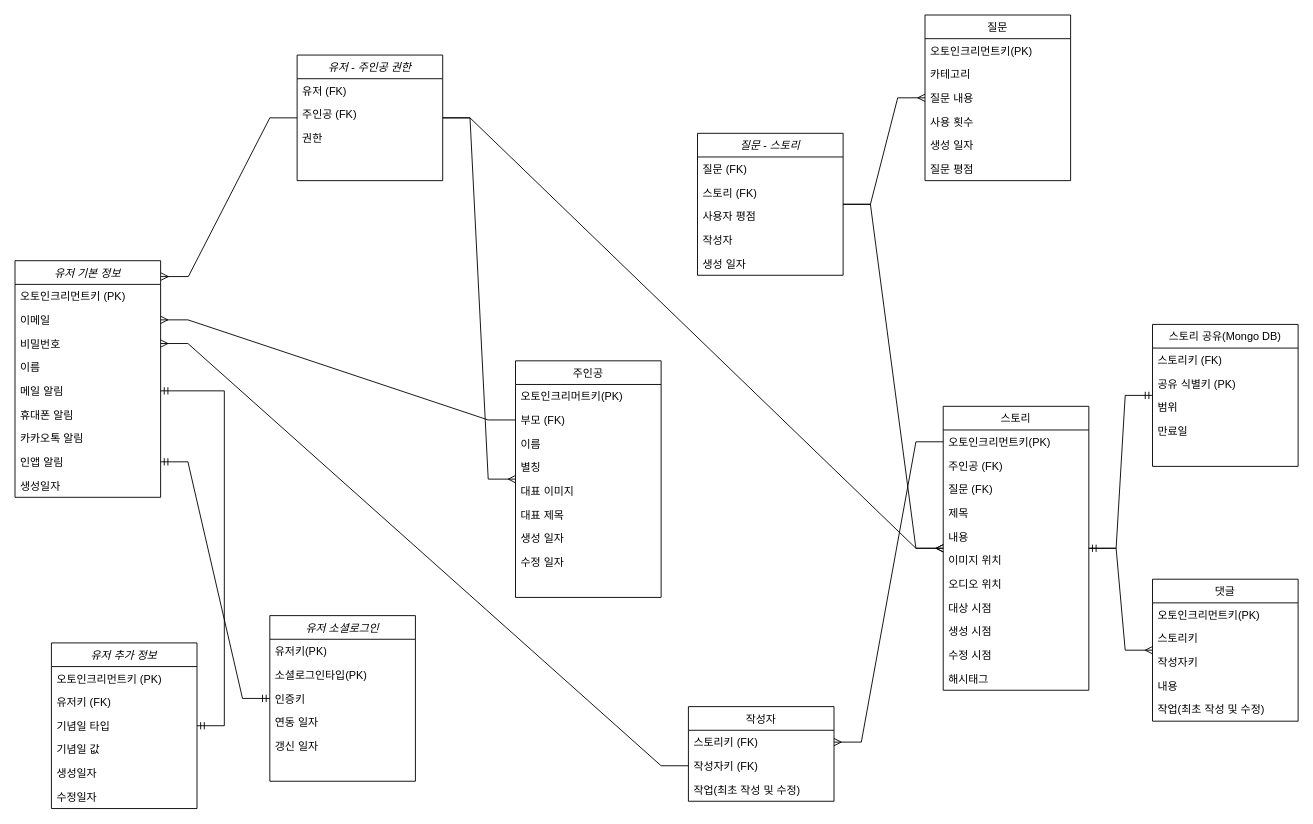
Above: harmony.drawio in itmca/harmony-files (draw.io), before the change. Source tidied: cells renumbered, new cells numbered last; positions are measured from the earlier drawing's top-left corner, leaving out a move shared by most shapes. Both pictures are drawn from the tidied source at 91%, with x=0, y=0 at pixel (15, 15).
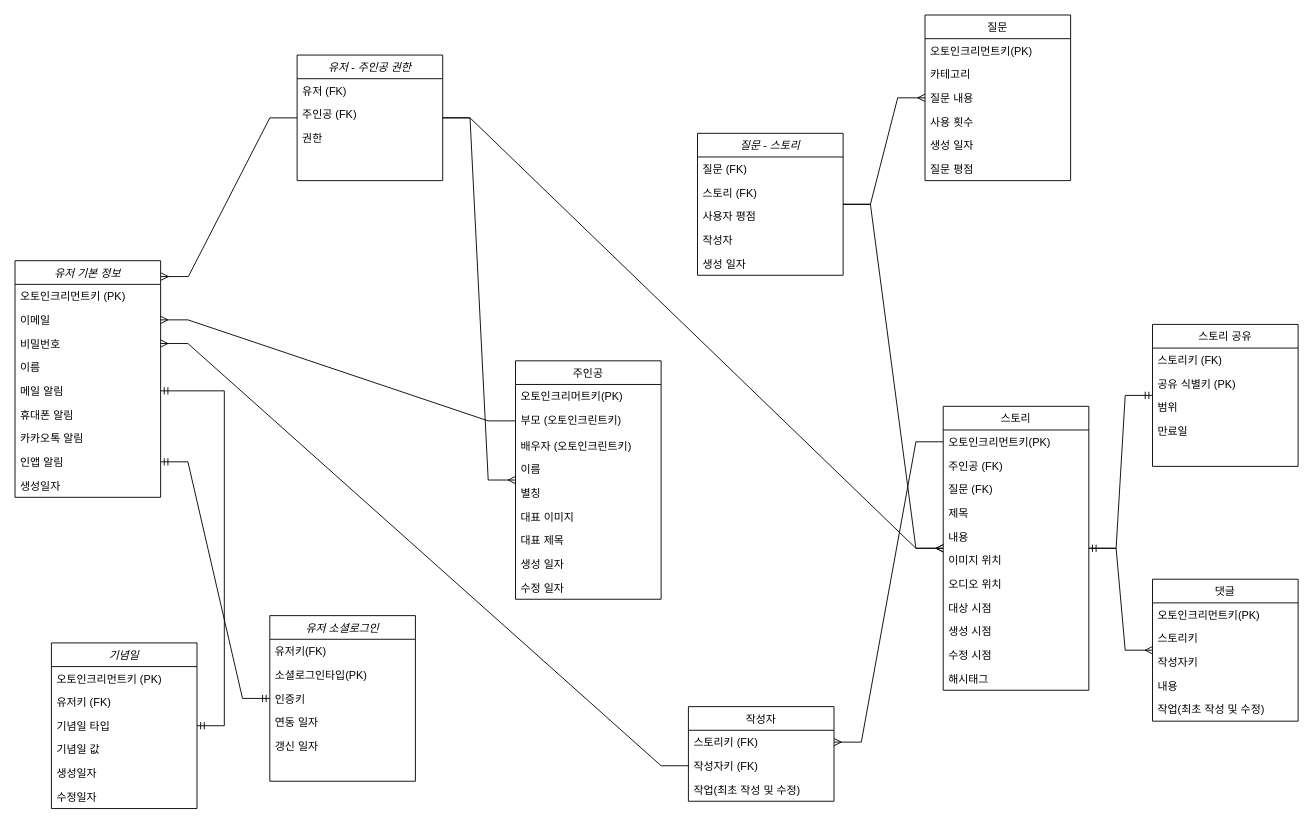
Above is the later version.

The change refers to these unchanged cells:
```xml
<mxCell id="55" value="유저 소셜로그인" style="swimlane;fontStyle=2;align=center;verticalAlign=top;horizontal=1;startSize=26;rounded=0;shadow=0;strokeWidth=1;" parent="1" vertex="1">
  <mxGeometry x="280" y="660" width="160" height="182" as="geometry" />
</mxCell>
```

Change to the diagram source:
```diff
@@
     <mxCell id="28" value="주인공" style="swimlane;fontStyle=0;align=center;verticalAlign=top;horizontal=1;startSize=26;rounded=0;shadow=0;strokeWidth=1;" parent="1" vertex="1">
-      <mxGeometry x="550" y="380" width="160" height="260" as="geometry" />
+      <mxGeometry x="550" y="380" width="160" height="262" as="geometry" />
     </mxCell>
@@
-    <mxCell id="30" value="부모 (FK)" style="text;align=left;verticalAlign=top;spacingLeft=4;spacingRight=4;overflow=hidden;points=[[0,0.5],[1,0.5]];portConstraint=eastwest;rounded=0;shadow=0;html=0;" parent="28" vertex="1">
-      <mxGeometry y="52" width="160" height="26" as="geometry" />
+    <mxCell id="30" value="부모 (오토인크린트키)" style="text;align=left;verticalAlign=top;spacingLeft=4;spacingRight=4;overflow=hidden;points=[[0,0.5],[1,0.5]];portConstraint=eastwest;rounded=0;shadow=0;html=0;" parent="28" vertex="1">
+      <mxGeometry y="52" width="160" height="28" as="geometry" />
     </mxCell>
+    <mxCell id="90" value="배우자 (오토인크린트키)" style="text;align=left;verticalAlign=top;spacingLeft=4;spacingRight=4;overflow=hidden;rounded=0;shadow=0;html=0;" parent="28" vertex="1">
+      <mxGeometry y="80" width="160" height="26" as="geometry" />
+    </mxCell>
     <mxCell id="31" value="이름" style="text;align=left;verticalAlign=top;spacingLeft=4;spacingRight=4;overflow=hidden;rounded=0;shadow=0;html=0;" parent="28" vertex="1">
-      <mxGeometry y="78" width="160" height="26" as="geometry" />
+      <mxGeometry y="106" width="160" height="26" as="geometry" />
     </mxCell>
     <mxCell id="32" value="별칭" style="text;align=left;verticalAlign=top;spacingLeft=4;spacingRight=4;overflow=hidden;rounded=0;shadow=0;html=0;" parent="28" vertex="1">
-      <mxGeometry y="104" width="160" height="26" as="geometry" />
+      <mxGeometry y="132" width="160" height="26" as="geometry" />
     </mxCell>
     <mxCell id="33" value="대표 이미지" style="text;align=left;verticalAlign=top;spacingLeft=4;spacingRight=4;overflow=hidden;rounded=0;shadow=0;html=0;" parent="28" vertex="1">
-      <mxGeometry y="130" width="160" height="26" as="geometry" />
+      <mxGeometry y="158" width="160" height="26" as="geometry" />
     </mxCell>
     <mxCell id="34" value="대표 제목" style="text;align=left;verticalAlign=top;spacingLeft=4;spacingRight=4;overflow=hidden;rounded=0;shadow=0;html=0;" parent="28" vertex="1">
-      <mxGeometry y="156" width="160" height="26" as="geometry" />
+      <mxGeometry y="184" width="160" height="26" as="geometry" />
     </mxCell>
     <mxCell id="35" value="생성 일자" style="text;align=left;verticalAlign=top;spacingLeft=4;spacingRight=4;overflow=hidden;rounded=0;shadow=0;html=0;" parent="28" vertex="1">
-      <mxGeometry y="182" width="160" height="26" as="geometry" />
+      <mxGeometry y="210" width="160" height="26" as="geometry" />
     </mxCell>
     <mxCell id="36" value="수정 일자" style="text;align=left;verticalAlign=top;spacingLeft=4;spacingRight=4;overflow=hidden;" parent="28" vertex="1">
-      <mxGeometry y="208" width="160" height="26" as="geometry" />
+      <mxGeometry y="236" width="160" height="26" as="geometry" />
     </mxCell>
@@
-    <mxCell id="41" value="유저 추가 정보" style="swimlane;fontStyle=2;align=center;verticalAlign=top;horizontal=1;startSize=26;rounded=0;shadow=0;strokeWidth=1;" parent="1" vertex="1">
+    <mxCell id="41" value="기념일" style="swimlane;fontStyle=2;align=center;verticalAlign=top;horizontal=1;startSize=26;rounded=0;shadow=0;strokeWidth=1;" parent="1" vertex="1">
       <mxGeometry x="40" y="690" width="160" height="182" as="geometry" />
     </mxCell>
@@
-    <mxCell id="56" value="유저키(PK)" style="text;align=left;verticalAlign=top;spacingLeft=4;spacingRight=4;overflow=hidden;rounded=0;shadow=0;html=0;" parent="55" vertex="1">
+    <mxCell id="56" value="유저키(FK)" style="text;align=left;verticalAlign=top;spacingLeft=4;spacingRight=4;overflow=hidden;rounded=0;shadow=0;html=0;" parent="55" vertex="1">
       <mxGeometry y="26" width="160" height="26" as="geometry" />
     </mxCell>
@@
-    <mxCell id="61" value="스토리 공유(Mongo DB)" style="swimlane;fontStyle=0;align=center;verticalAlign=top;horizontal=1;startSize=26;rounded=0;shadow=0;strokeWidth=1;" parent="1" vertex="1">
+    <mxCell id="61" value="스토리 공유" style="swimlane;fontStyle=0;align=center;verticalAlign=top;horizontal=1;startSize=26;rounded=0;shadow=0;strokeWidth=1;" parent="1" vertex="1">
       <mxGeometry x="1250" y="340" width="160" height="156" as="geometry" />
     </mxCell>
```
